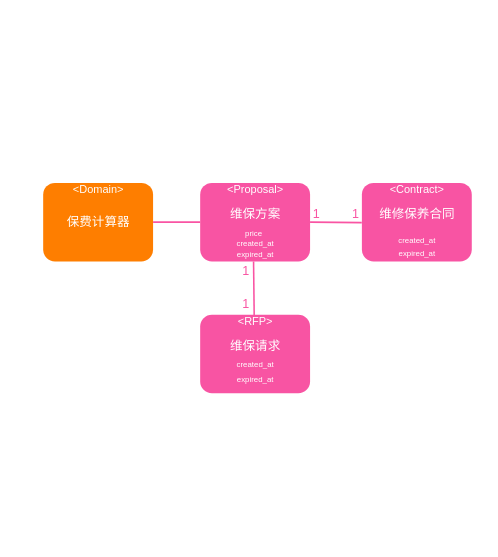
Earlier version of the draw.io diagram 飞驰租.drawio (ls5201314/8xflow-drawio-lib). Source tidied: cells renumbered, new cells numbered last; positions are measured from the earlier drawing's top-left corner, leaving out a move shared by most shapes. Both pictures are drawn from the tidied source at 157%, with x=0, y=0 at pixel (42, 163).
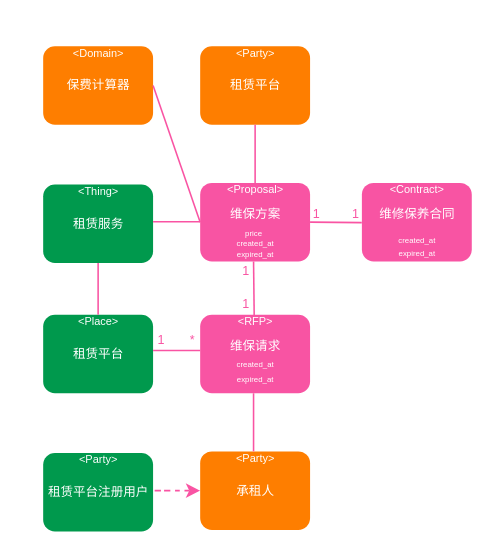
After the change.

Commit message (it also covers changes not shown here):
更新飞驰租.drawio

Diff of the diagram source:
```diff
@@
     <mxCell id="27" style="group;" parent="1" vertex="1">
-      <mxGeometry width="70" height="62" as="geometry" />
+      <mxGeometry y="-87" width="70" height="62" as="geometry" />
     </mxCell>
@@
+    <mxCell id="32" style="group;" parent="1" vertex="1">
+      <mxGeometry x="100" y="-87" width="70" height="62" as="geometry" />
+    </mxCell>
+    <mxCell id="33" style="rounded=1;whiteSpace=wrap;html=1;fillColor=#fe7e00;fontColor=#ffffff;strokeColor=none;" parent="32" vertex="1">
+      <mxGeometry y="12" width="70" height="50" as="geometry" />
+    </mxCell>
+    <mxCell id="34" value="&lt;font style=&quot;font-size: 7px;&quot;&gt;&amp;lt;Party&amp;gt;&lt;/font&gt;" style="text;html=1;align=center;verticalAlign=middle;strokeColor=none;fillColor=none;fontColor=#FFFFFF;" parent="32" vertex="1">
+      <mxGeometry x="10" width="50" height="30" as="geometry" />
+    </mxCell>
+    <mxCell id="35" value="&lt;font color=&quot;#ffffff&quot;&gt;&lt;span style=&quot;font-size: 8px;&quot;&gt;租赁平台&lt;/span&gt;&lt;/font&gt;" style="text;html=1;align=center;verticalAlign=middle;strokeColor=none;fillColor=none;" parent="32" vertex="1">
+      <mxGeometry x="5" y="21" width="60" height="30" as="geometry" />
+    </mxCell>
+    <mxCell id="36" style="endArrow=none;html=1;rounded=0;exitX=0.5;exitY=1;exitDx=0;exitDy=0;strokeColor=#F954A3;" parent="1" edge="1" source="33">
+      <mxGeometry relative="1" as="geometry">
+        <mxPoint x="135" y="12" as="targetPoint" />
+      </mxGeometry>
+    </mxCell>
+    <mxCell id="37" style="group;" parent="1" vertex="1">
+      <mxGeometry y="172" width="80" height="62" as="geometry" />
+    </mxCell>
+    <mxCell id="38" style="rounded=1;whiteSpace=wrap;html=1;fillColor=#00994D;fontColor=#ffffff;strokeColor=none;" parent="37" vertex="1">
+      <mxGeometry y="12" width="70" height="50" as="geometry" />
+    </mxCell>
+    <mxCell id="39" value="&lt;font style=&quot;font-size: 7px;&quot;&gt;&amp;lt;Party&amp;gt;&lt;/font&gt;" style="text;html=1;align=center;verticalAlign=middle;strokeColor=none;fillColor=none;fontColor=#FFFFFF;" parent="37" vertex="1">
+      <mxGeometry x="10" width="50" height="30" as="geometry" />
+    </mxCell>
+    <mxCell id="40" value="&lt;font color=&quot;#ffffff&quot;&gt;&lt;span style=&quot;font-size: 8px;&quot;&gt;租赁平台注册用户&lt;/span&gt;&lt;/font&gt;" style="text;html=1;align=center;verticalAlign=middle;points=[];strokeColor=none;fillColor=none;" parent="37" vertex="1">
+      <mxGeometry x="-10" y="21" width="90" height="30" as="geometry" />
+    </mxCell>
+    <mxCell id="41" style="group;" parent="1" vertex="1">
+      <mxGeometry x="100" y="171" width="70" height="62" as="geometry" />
+    </mxCell>
+    <mxCell id="42" style="rounded=1;whiteSpace=wrap;html=1;fillColor=#fe7e00;fontColor=#ffffff;strokeColor=none;" parent="41" vertex="1">
+      <mxGeometry y="12" width="70" height="50" as="geometry" />
+    </mxCell>
+    <mxCell id="43" value="&lt;font style=&quot;font-size: 7px;&quot;&gt;&amp;lt;Party&amp;gt;&lt;/font&gt;" style="text;html=1;align=center;verticalAlign=middle;strokeColor=none;fillColor=none;fontColor=#FFFFFF;" parent="41" vertex="1">
+      <mxGeometry x="10" width="50" height="30" as="geometry" />
+    </mxCell>
+    <mxCell id="44" value="&lt;font color=&quot;#ffffff&quot;&gt;&lt;span style=&quot;font-size: 8px;&quot;&gt;承租人&lt;/span&gt;&lt;/font&gt;" style="text;html=1;align=center;verticalAlign=middle;strokeColor=none;fillColor=none;" parent="41" vertex="1">
+      <mxGeometry x="10" y="21" width="50" height="30" as="geometry" />
+    </mxCell>
+    <mxCell id="45" style="endArrow=none;html=1;rounded=0;exitX=0.5;exitY=1;exitDx=0;exitDy=0;strokeColor=#F954A3;" parent="1" edge="1">
+      <mxGeometry relative="1" as="geometry">
+        <mxPoint x="134" y="146" as="sourcePoint" />
+        <mxPoint x="134" y="183" as="targetPoint" />
+      </mxGeometry>
+    </mxCell>
+    <mxCell id="46" style="endArrow=classic;html=1;rounded=0;entryX=0;entryY=0.5;entryDx=0;entryDy=0;strokeColor=#F954A3;dashed=1;" parent="1" edge="1" source="40" target="42">
+      <mxGeometry relative="1" as="geometry">
+        <Array as="points">
+          <mxPoint x="70" y="208" />
+        </Array>
+      </mxGeometry>
+    </mxCell>
+    <mxCell id="47" style="group;" parent="1" vertex="1">
+      <mxGeometry y="84" width="80" height="62" as="geometry" />
+    </mxCell>
+    <mxCell id="48" style="rounded=1;whiteSpace=wrap;html=1;fillColor=#00994D;fontColor=#ffffff;strokeColor=none;" parent="47" vertex="1">
+      <mxGeometry y="12" width="70" height="50" as="geometry" />
+    </mxCell>
+    <mxCell id="49" value="&lt;font style=&quot;font-size: 7px;&quot;&gt;&amp;lt;Place&amp;gt;&lt;/font&gt;" style="text;html=1;align=center;verticalAlign=middle;strokeColor=none;fillColor=none;fontColor=#FFFFFF;" parent="47" vertex="1">
+      <mxGeometry x="10" width="50" height="30" as="geometry" />
+    </mxCell>
+    <mxCell id="50" value="&lt;font color=&quot;#ffffff&quot;&gt;&lt;span style=&quot;font-size: 8px;&quot;&gt;租赁平台&lt;/span&gt;&lt;/font&gt;" style="text;html=1;align=center;verticalAlign=middle;strokeColor=none;fillColor=none;" parent="47" vertex="1">
+      <mxGeometry x="5" y="21" width="60" height="30" as="geometry" />
+    </mxCell>
+    <mxCell id="51" style="endArrow=none;html=1;rounded=0;exitX=1;exitY=0.5;exitDx=0;exitDy=0;entryX=0;entryY=0.5;entryDx=0;entryDy=0;strokeColor=#F954A3;" parent="47" edge="1">
+      <mxGeometry relative="1" as="geometry">
+        <mxPoint x="70" y="34.7" as="sourcePoint" />
+        <mxPoint x="100" y="34.7" as="targetPoint" />
+      </mxGeometry>
+    </mxCell>
+    <mxCell id="52" style="group;" parent="1" vertex="1">
+      <mxGeometry y="1" width="80" height="62" as="geometry" />
+    </mxCell>
+    <mxCell id="53" style="rounded=1;whiteSpace=wrap;html=1;fillColor=#00994D;fontColor=#ffffff;strokeColor=none;" parent="52" vertex="1">
+      <mxGeometry y="12" width="70" height="50" as="geometry" />
+    </mxCell>
+    <mxCell id="54" value="&lt;font style=&quot;font-size: 7px;&quot;&gt;&amp;lt;Thing&amp;gt;&lt;/font&gt;" style="text;html=1;align=center;verticalAlign=middle;strokeColor=none;fillColor=none;fontColor=#FFFFFF;" parent="52" vertex="1">
+      <mxGeometry x="10" width="50" height="30" as="geometry" />
+    </mxCell>
+    <mxCell id="55" value="&lt;font color=&quot;#ffffff&quot;&gt;&lt;span style=&quot;font-size: 8px;&quot;&gt;租赁服务&lt;/span&gt;&lt;/font&gt;" style="text;html=1;align=center;verticalAlign=middle;strokeColor=none;fillColor=none;" parent="52" vertex="1">
+      <mxGeometry x="5" y="21" width="60" height="30" as="geometry" />
+    </mxCell>
+    <mxCell id="56" style="endArrow=none;html=1;rounded=0;exitX=1;exitY=0.5;exitDx=0;exitDy=0;entryX=0;entryY=0.5;entryDx=0;entryDy=0;strokeColor=#F954A3;" parent="52" edge="1">
+      <mxGeometry relative="1" as="geometry">
+        <mxPoint x="70" y="35.7" as="sourcePoint" />
+        <mxPoint x="100" y="35.7" as="targetPoint" />
+      </mxGeometry>
+    </mxCell>
+    <mxCell id="57" style="endArrow=none;html=1;rounded=0;exitX=0.5;exitY=1;exitDx=0;exitDy=0;strokeColor=#F954A3;" parent="1" edge="1" source="53">
+      <mxGeometry relative="1" as="geometry">
+        <mxPoint x="35" y="96" as="targetPoint" />
+        <Array as="points">
+          <mxPoint x="35" y="96" />
+        </Array>
+      </mxGeometry>
+    </mxCell>
+    <mxCell id="58" value="&lt;font color=&quot;#f954a3&quot; style=&quot;font-size: 8px;&quot;&gt;1&lt;/font&gt;" style="text;html=1;align=center;verticalAlign=middle;strokeColor=none;fillColor=none;fontSize=8;" parent="1" vertex="1">
+      <mxGeometry x="60" y="102" width="30" height="20" as="geometry" />
+    </mxCell>
+    <mxCell id="59" value="&lt;font color=&quot;#f954a3&quot; style=&quot;font-size: 8px;&quot;&gt;*&lt;/font&gt;" style="text;html=1;align=center;verticalAlign=middle;strokeColor=none;fillColor=none;fontSize=8;" parent="1" vertex="1">
+      <mxGeometry x="80" y="102" width="30" height="20" as="geometry" />
+    </mxCell>
```
